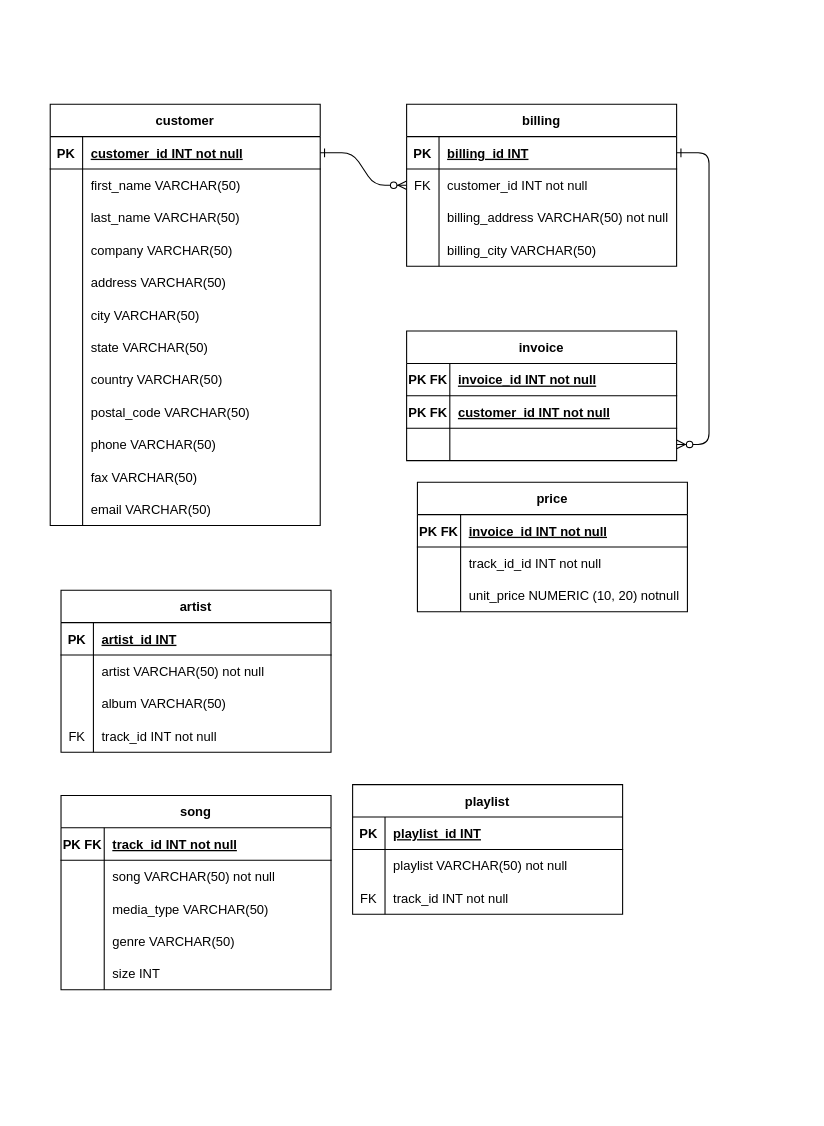
This is Untitled Diagram.drawio from karenlrl/Data-Story, a draw.io file, before an edit. Source tidied: cells renumbered, new cells numbered last; positions are measured from the earlier drawing's top-left corner, leaving out a move shared by most shapes. Both pictures are drawn from the tidied source at 108%, with x=0, y=0 at pixel (50, 104).
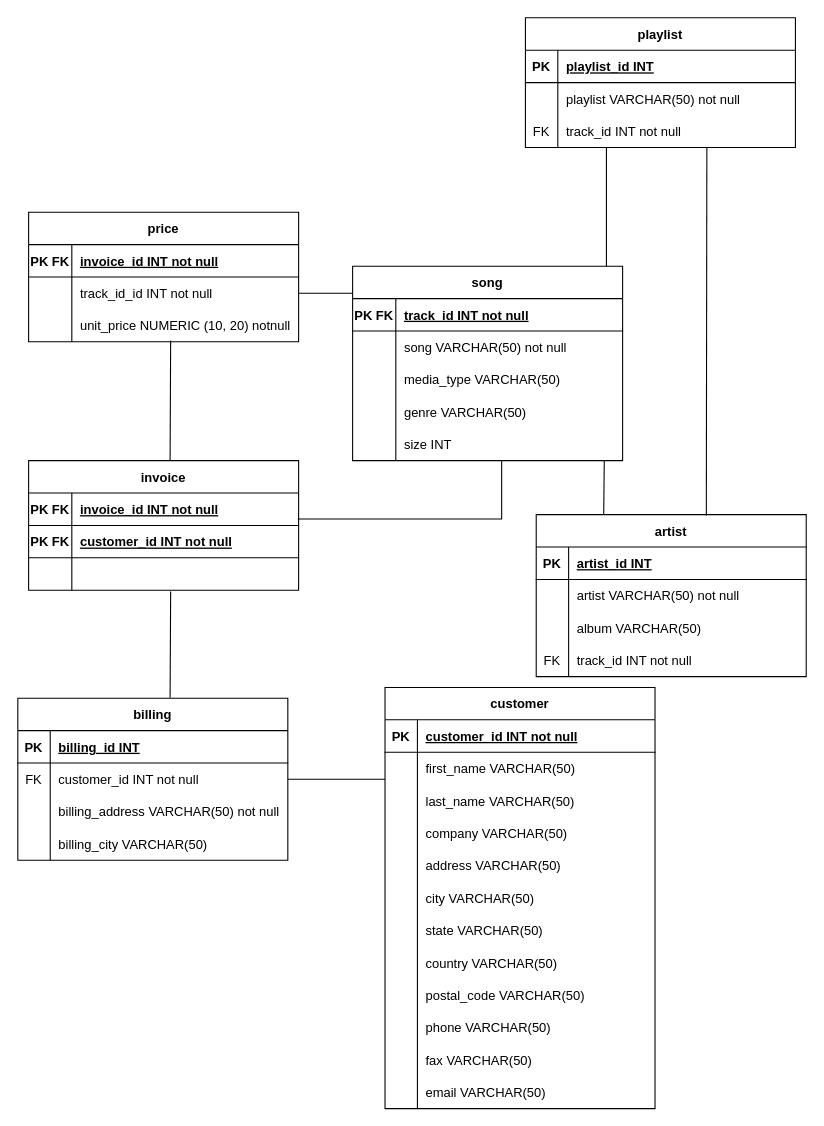
After the change.

Unchanged cells that the change refers to:
```xml
<mxCell id="5" style="shape=partialRectangle;fillColor=none;points=[[0,0.5],[1,0.5]];portConstraint=eastwest;top=0;left=0;right=0;bottom=1;" parent="4" vertex="1">
  <mxGeometry y="30" width="250" height="30" as="geometry" />
</mxCell>
<mxCell id="8" style="shape=partialRectangle;fillColor=none;points=[[0,0.5],[1,0.5]];portConstraint=eastwest;top=0;left=0;right=0;bottom=0;" parent="4" vertex="1">
  <mxGeometry y="60" width="250" height="30" as="geometry" />
</mxCell>
<mxCell id="21" style="shape=partialRectangle;fillColor=none;points=[[0,0.5],[1,0.5]];portConstraint=eastwest;top=0;left=0;right=0;bottom=1;" parent="17" vertex="1">
  <mxGeometry y="60" width="250" height="30" as="geometry" />
</mxCell>
<mxCell id="24" style="shape=partialRectangle;fillColor=none;points=[[0,0.5],[1,0.5]];portConstraint=eastwest;top=0;left=0;right=0;bottom=0;" parent="17" vertex="1">
  <mxGeometry y="90" width="250" height="30" as="geometry" />
</mxCell>
<mxCell id="28" style="shape=partialRectangle;fillColor=none;points=[[0,0.5],[1,0.5]];portConstraint=eastwest;top=0;left=0;right=0;bottom=1;" parent="27" vertex="1">
  <mxGeometry y="30" width="250" height="30" as="geometry" />
</mxCell>
<mxCell id="68" style="shape=partialRectangle;fillColor=none;points=[[0,0.5],[1,0.5]];portConstraint=eastwest;top=0;left=0;right=0;bottom=0;" parent="64" vertex="1">
  <mxGeometry y="60" width="250" height="30" as="geometry" />
</mxCell>
<mxCell id="71" style="shape=partialRectangle;fillColor=none;points=[[0,0.5],[1,0.5]];portConstraint=eastwest;top=0;left=0;right=0;bottom=0;" parent="64" vertex="1">
  <mxGeometry y="90" width="250" height="30" as="geometry" />
</mxCell>
<mxCell id="100" style="shape=partialRectangle;fillColor=none;points=[[0,0.5],[1,0.5]];portConstraint=eastwest;top=0;left=0;right=0;bottom=0;" parent="87" vertex="1">
  <mxGeometry y="150" width="250" height="30" as="geometry" />
</mxCell>
```

Change to the diagram source:
```diff
@@
-    <mxCell id="2" style="edgeStyle=entityRelationEdgeStyle;endArrow=ERzeroToMany;startArrow=ERone;endFill=1;startFill=0;" parent="1" edge="1" source="28">
-      <mxGeometry relative="1" as="geometry">
-        <mxPoint x="330" y="75" as="targetPoint" />
-      </mxGeometry>
-    </mxCell>
-    <mxCell id="3" style="edgeStyle=entityRelationEdgeStyle;endArrow=ERzeroToMany;startArrow=ERone;endFill=1;startFill=0;" parent="1" edge="1" source="5" target="24">
-      <mxGeometry relative="1" as="geometry" />
-    </mxCell>
     <mxCell id="4" value="billing" style="shape=table;startSize=30;childLayout=tableLayout;rowLines=0;fontStyle=1;align=center;" parent="1" vertex="1">
-      <mxGeometry x="330" width="250" height="150" as="geometry" />
+      <mxGeometry x="-30" y="550" width="250" height="150" as="geometry" />
     </mxCell>
@@
     <mxCell id="17" value="invoice" style="shape=table;startSize=30;childLayout=tableLayout;rowLines=0;fontStyle=1;align=center;" parent="1" vertex="1">
-      <mxGeometry x="330" y="210" width="250" height="120" as="geometry" />
+      <mxGeometry x="-20" y="330" width="250" height="120" as="geometry" />
     </mxCell>
@@
     <mxCell id="27" value="customer" style="shape=table;startSize=30;childLayout=tableLayout;rowLines=0;fontStyle=1;align=center;" parent="1" vertex="1">
-      <mxGeometry width="250" height="390" as="geometry" />
+      <mxGeometry x="310" y="540" width="250" height="390" as="geometry" />
     </mxCell>
@@
     <mxCell id="64" value="price" style="shape=table;startSize=30;childLayout=tableLayout;rowLines=0;fontStyle=1;align=center;" parent="1" vertex="1">
-      <mxGeometry x="340" y="350" width="250" height="120" as="geometry" />
+      <mxGeometry x="-20" y="100" width="250" height="120" as="geometry" />
     </mxCell>
@@
     <mxCell id="74" value="artist" style="shape=table;startSize=30;childLayout=tableLayout;rowLines=0;fontStyle=1;align=center;" parent="1" vertex="1">
-      <mxGeometry x="10" y="450" width="250" height="150" as="geometry" />
+      <mxGeometry x="450" y="380" width="250" height="150" as="geometry" />
     </mxCell>
@@
     <mxCell id="87" value="song" style="shape=table;startSize=30;childLayout=tableLayout;rowLines=0;fontStyle=1;align=center;" parent="1" vertex="1">
-      <mxGeometry x="10" y="640" width="250" height="180" as="geometry" />
+      <mxGeometry x="280" y="150" width="250" height="180" as="geometry" />
     </mxCell>
@@
     <mxCell id="103" value="playlist" style="shape=table;startSize=30;childLayout=tableLayout;rowLines=0;fontStyle=1;align=center;" parent="1" vertex="1">
-      <mxGeometry x="280" y="630" width="250" height="120" as="geometry" />
+      <mxGeometry x="440" y="-80" width="250" height="120" as="geometry" />
     </mxCell>
@@
+    <mxCell id="113" style="endArrow=none;html=1;rounded=0;entryX=0.526;entryY=0.961;entryDx=0;entryDy=0;entryPerimeter=0;" parent="1" edge="1" target="71">
+      <mxGeometry relative="1" as="geometry">
+        <mxPoint x="111" y="330" as="sourcePoint" />
+      </mxGeometry>
+    </mxCell>
+    <mxCell id="114" style="endArrow=none;html=1;rounded=0;entryX=0.564;entryY=-0.003;entryDx=0;entryDy=0;exitX=0.526;exitY=1.039;exitDx=0;exitDy=0;exitPerimeter=0;entryPerimeter=0;" parent="1" edge="1" source="24" target="4">
+      <mxGeometry relative="1" as="geometry" />
+    </mxCell>
+    <mxCell id="115" style="endArrow=none;html=1;rounded=0;exitX=1;exitY=0.5;exitDx=0;exitDy=0;" parent="1" edge="1" source="8">
+      <mxGeometry relative="1" as="geometry">
+        <mxPoint x="310" y="625" as="targetPoint" />
+      </mxGeometry>
+    </mxCell>
+    <mxCell id="116" style="endArrow=none;html=1;rounded=0;exitX=0.63;exitY=0.006;exitDx=0;exitDy=0;exitPerimeter=0;" parent="1" edge="1" source="74">
+      <mxGeometry relative="1" as="geometry">
+        <mxPoint x="608" y="40" as="targetPoint" />
+      </mxGeometry>
+    </mxCell>
+    <mxCell id="117" style="endArrow=none;html=1;rounded=0;exitX=0.25;exitY=0;exitDx=0;exitDy=0;" parent="1" edge="1" source="74">
+      <mxGeometry relative="1" as="geometry">
+        <mxPoint x="513" y="330" as="targetPoint" />
+      </mxGeometry>
+    </mxCell>
+    <mxCell id="118" style="endArrow=none;html=1;rounded=0;" parent="1" edge="1">
+      <mxGeometry relative="1" as="geometry">
+        <mxPoint x="515" y="150" as="sourcePoint" />
+        <mxPoint x="515" y="40" as="targetPoint" />
+      </mxGeometry>
+    </mxCell>
+    <mxCell id="119" style="endArrow=none;html=1;rounded=0;exitX=1;exitY=0.5;exitDx=0;exitDy=0;" parent="1" edge="1" source="68">
+      <mxGeometry relative="1" as="geometry">
+        <mxPoint x="280" y="175" as="targetPoint" />
+      </mxGeometry>
+    </mxCell>
+    <mxCell id="120" style="endArrow=none;html=1;rounded=0;exitX=0.997;exitY=-0.2;exitDx=0;exitDy=0;exitPerimeter=0;entryX=0.552;entryY=1;entryDx=0;entryDy=0;entryPerimeter=0;edgeStyle=orthogonalEdgeStyle;" parent="1" edge="1" source="21" target="100">
+      <mxGeometry relative="1" as="geometry" />
+    </mxCell>
```
